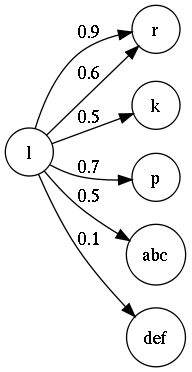
Above: WebOfTrust/l.dot.png in hariseldon78/web_of_trust (Graphviz), before the change. Its source is kept beside it as WebOfTrust/l.dot.
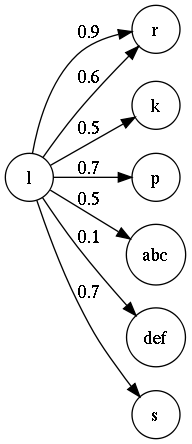
Later version of the same file.

What changed in the source:
```diff
@@ -7,4 +7,5 @@
 l -> p [ label = 0.7 ];
 l -> abc [ label = 0.5 ];
 l -> def [ label = 0.1 ];
+l -> s [ label = 0.7 ];
 }
```
